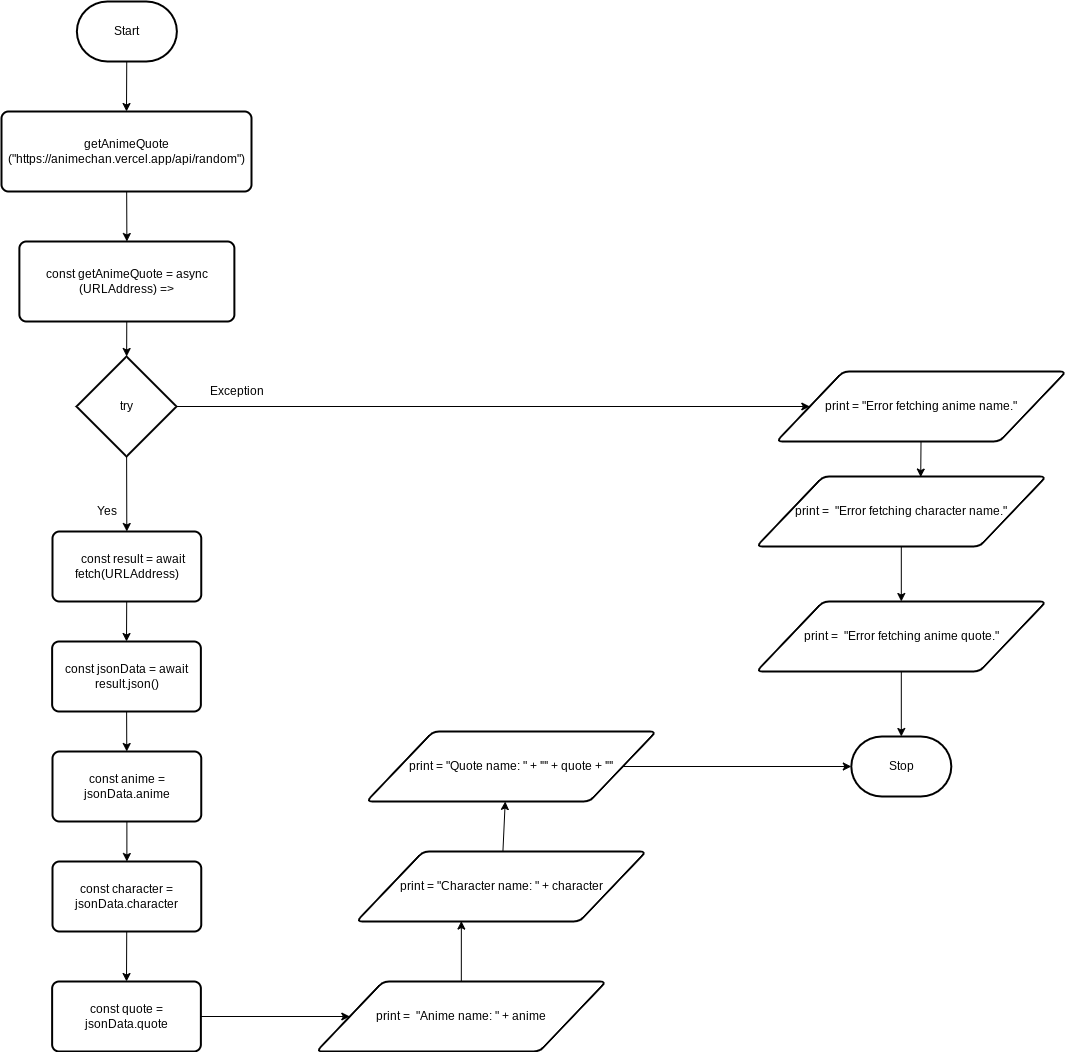
Above: design/flow-chart.png in Kenny-Le-281/ICS2O-Assignment-06-JS (draw.io), before the change. Source tidied: cells renumbered, new cells last; positions are measured from the earlier drawing's top-left corner, leaving out a move shared by most shapes.
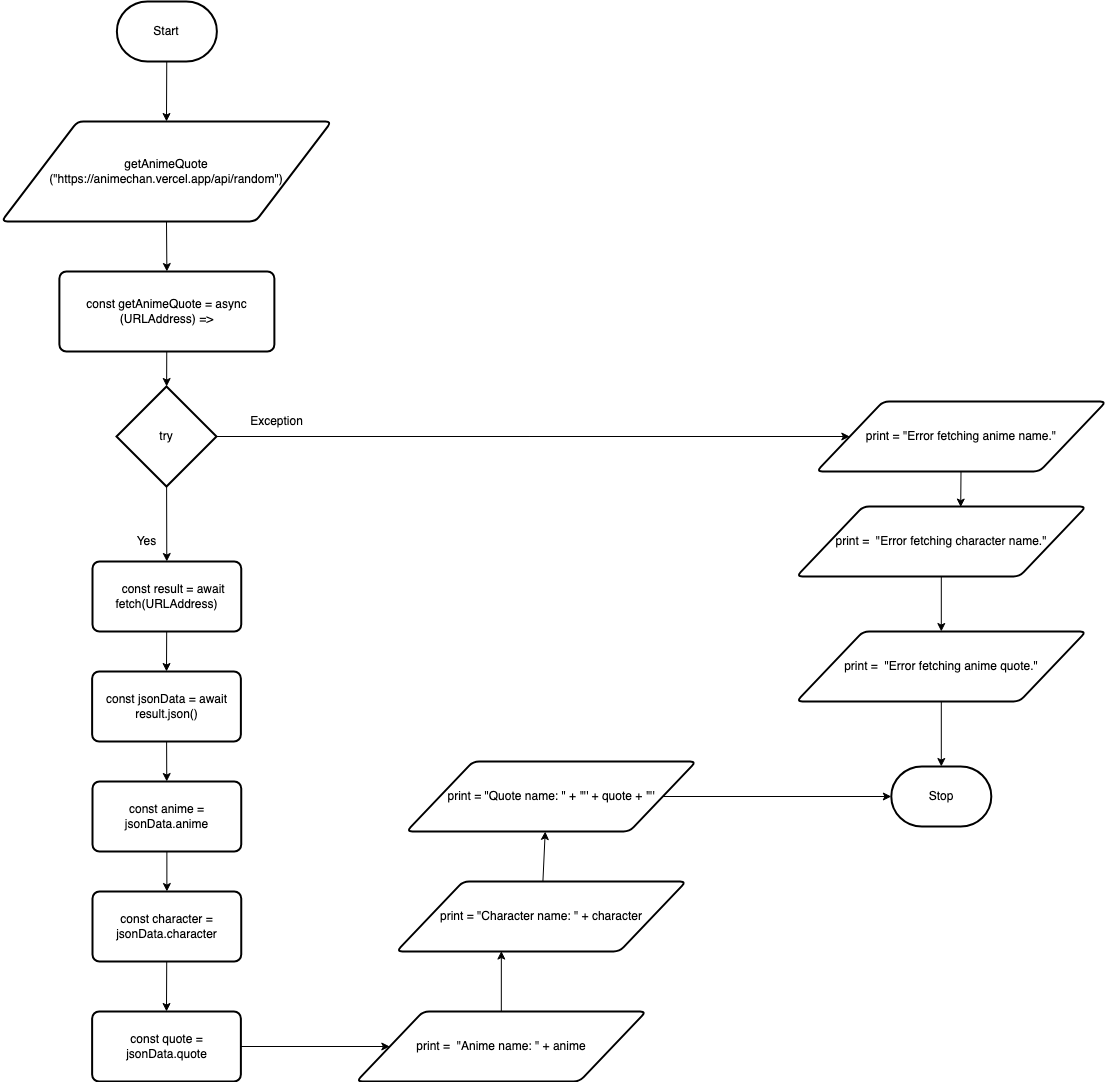
After the change.

Change to the diagram source:
```diff
@@ -6,14 +6,13 @@
       <mxGeometry relative="1" as="geometry" />
     </mxCell>
     <mxCell id="3" value="Start" style="strokeWidth=2;html=1;shape=mxgraph.flowchart.terminator;whiteSpace=wrap;" parent="1" vertex="1">
-      <mxGeometry x="75.4" width="100" height="60" as="geometry" />
+      <mxGeometry x="75.4" y="-30" width="100" height="60" as="geometry" />
     </mxCell>
-    <mxCell id="4" style="edgeStyle=none;html=1;entryX=0.5;entryY=0;entryDx=0;entryDy=0;" parent="1" edge="1" source="5" target="7">
-      <mxGeometry relative="1" as="geometry" />
+    <mxCell id="4" style="edgeStyle=none;html=1;entryX=0.5;entryY=0;entryDx=0;entryDy=0;" parent="1" edge="1" target="7">
+      <mxGeometry relative="1" as="geometry">
+        <mxPoint x="125" y="190" as="sourcePoint" />
+      </mxGeometry>
     </mxCell>
-    <mxCell id="5" value="getAnimeQuote&lt;br&gt;(&quot;https://animechan.vercel.app/api/random&quot;)" style="rounded=1;whiteSpace=wrap;html=1;absoluteArcSize=1;arcSize=14;strokeWidth=2;" parent="1" vertex="1">
-      <mxGeometry y="110" width="250" height="80" as="geometry" />
-    </mxCell>
     <mxCell id="6" style="edgeStyle=none;html=1;" parent="1" edge="1" source="7" target="10">
       <mxGeometry relative="1" as="geometry" />
     </mxCell>
@@ -104,5 +103,8 @@
     <mxCell id="35" value="Stop" style="strokeWidth=2;html=1;shape=mxgraph.flowchart.terminator;whiteSpace=wrap;" parent="1" vertex="1">
       <mxGeometry x="849.8" y="735" width="100" height="60" as="geometry" />
     </mxCell>
+    <mxCell id="5" value="&lt;span&gt;getAnimeQuote&lt;/span&gt;&lt;br&gt;&lt;span&gt;(&quot;https://animechan.vercel.app/api/random&quot;)&lt;/span&gt;" style="shape=parallelogram;html=1;strokeWidth=2;perimeter=parallelogramPerimeter;whiteSpace=wrap;rounded=1;arcSize=12;size=0.23;" parent="1" vertex="1">
+      <mxGeometry x="-40" y="90" width="330" height="100" as="geometry" />
+    </mxCell>
   </root>
 </mxGraphModel>
```
